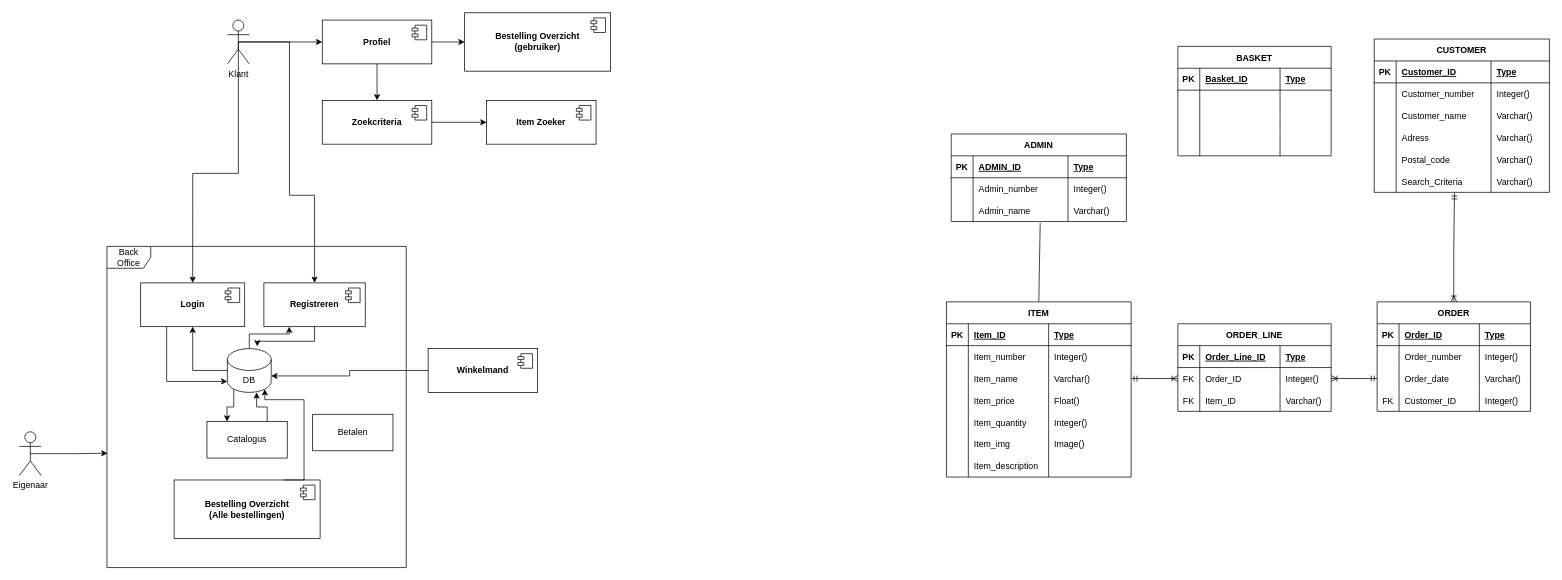
This is documents/Webshop ERD.drawio from Reillum/educom-webshop-runtime-records-1739178221, a draw.io file, before an edit. Source tidied: cells renumbered, new cells numbered last; positions are measured from the earlier drawing's top-left corner, leaving out a move shared by most shapes. Both pictures are drawn from the tidied source at 73%, with x=0, y=0 at pixel (19, 12).
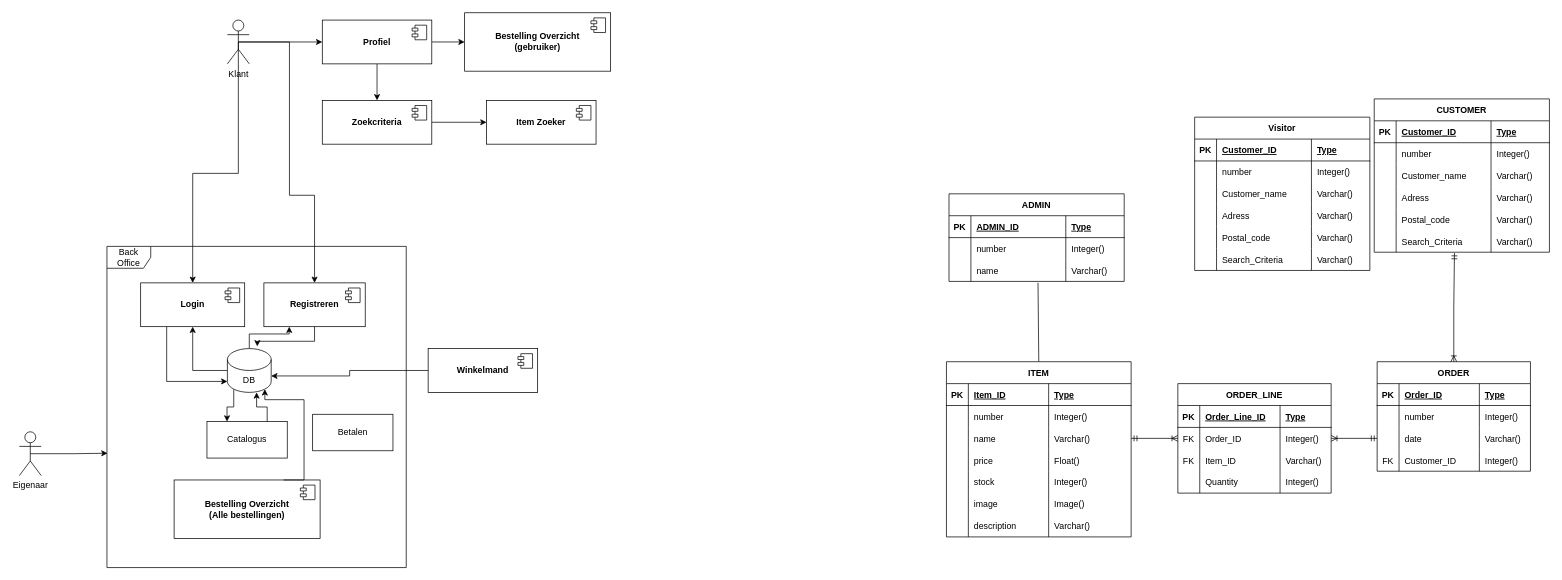
The same diagram, later.

Commit message:
Commit to keep stuff up-to-date

Unchanged cells that the change refers to:
```xml
<mxCell id="45" style="shape=tableRow;horizontal=0;startSize=0;swimlaneHead=0;swimlaneBody=0;fillColor=none;top=0;left=0;right=0;bottom=0;" parent="40" vertex="1">
  <mxGeometry y="60" width="253" height="30" as="geometry" />
</mxCell>
<mxCell id="49" style="shape=tableRow;horizontal=0;startSize=0;swimlaneHead=0;swimlaneBody=0;fillColor=none;points=[[0,0.5],[1,0.5]];portConstraint=eastwest;top=0;left=0;right=0;bottom=0;" parent="40" vertex="1">
  <mxGeometry y="90" width="253" height="30" as="geometry" />
</mxCell>
<mxCell id="53" style="shape=tableRow;horizontal=0;startSize=0;swimlaneHead=0;swimlaneBody=0;fillColor=none;top=0;left=0;right=0;bottom=0;" parent="40" vertex="1">
  <mxGeometry y="120" width="253" height="30" as="geometry" />
</mxCell>
<mxCell id="57" style="shape=tableRow;horizontal=0;startSize=0;swimlaneHead=0;swimlaneBody=0;fillColor=none;top=0;left=0;right=0;bottom=0;" parent="40" vertex="1">
  <mxGeometry y="150" width="253" height="30" as="geometry" />
</mxCell>
<mxCell id="61" style="shape=tableRow;horizontal=0;startSize=0;swimlaneHead=0;swimlaneBody=0;fillColor=none;top=0;left=0;right=0;bottom=0;" parent="40" vertex="1">
  <mxGeometry y="180" width="253" height="30" as="geometry" />
</mxCell>
<mxCell id="65" style="shape=tableRow;horizontal=0;startSize=0;swimlaneHead=0;swimlaneBody=0;fillColor=none;top=0;left=0;right=0;bottom=0;" parent="40" vertex="1">
  <mxGeometry y="210" width="253" height="30" as="geometry" />
</mxCell>
<mxCell id="87" style="shape=tableRow;horizontal=0;startSize=0;swimlaneHead=0;swimlaneBody=0;fillColor=none;top=0;left=0;right=0;bottom=0;" parent="82" vertex="1">
  <mxGeometry y="60" width="210" height="30" as="geometry" />
</mxCell>
<mxCell id="91" style="shape=tableRow;horizontal=0;startSize=0;swimlaneHead=0;swimlaneBody=0;fillColor=none;points=[[0,0.5],[1,0.5]];portConstraint=eastwest;top=0;left=0;right=0;bottom=0;" parent="82" vertex="1">
  <mxGeometry y="90" width="210" height="30" as="geometry" />
</mxCell>
<mxCell id="104" style="shape=tableRow;horizontal=0;startSize=0;swimlaneHead=0;swimlaneBody=0;fillColor=none;top=0;left=0;right=0;bottom=0;" parent="99" vertex="1">
  <mxGeometry y="60" width="240" height="30" as="geometry" />
</mxCell>
<mxCell id="132" style="shape=tableRow;horizontal=0;startSize=0;swimlaneHead=0;swimlaneBody=0;fillColor=none;top=0;left=0;right=0;bottom=0;" parent="127" vertex="1">
  <mxGeometry y="60" width="240" height="30" as="geometry" />
</mxCell>
<mxCell id="136" style="shape=tableRow;horizontal=0;startSize=0;swimlaneHead=0;swimlaneBody=0;fillColor=none;points=[[0,0.5],[1,0.5]];portConstraint=eastwest;top=0;left=0;right=0;bottom=0;" parent="127" vertex="1">
  <mxGeometry y="90" width="240" height="30" as="geometry" />
</mxCell>
```

Change to the diagram source:
```diff
@@
     <mxCell id="40" value="ITEM" style="shape=table;startSize=30;childLayout=tableLayout;rowLines=0;fontStyle=1;align=center;" parent="1" vertex="1">
-      <mxGeometry x="1270" y="396" width="253" height="240" as="geometry" />
+      <mxGeometry x="1270" y="478" width="253" height="240" as="geometry" />
     </mxCell>
@@
-    <mxCell id="47" value="Item_number " style="shape=partialRectangle;fillColor=none;top=0;left=0;bottom=0;right=0;align=left;spacingLeft=6;overflow=hidden;" parent="45" vertex="1">
+    <mxCell id="47" value="number" style="shape=partialRectangle;fillColor=none;top=0;left=0;bottom=0;right=0;align=left;spacingLeft=6;overflow=hidden;" parent="45" vertex="1">
       <mxGeometry x="30" width="110" height="30" as="geometry" />
     </mxCell>
@@
-    <mxCell id="51" value="Item_name" style="shape=partialRectangle;fillColor=none;top=0;left=0;bottom=0;right=0;align=left;spacingLeft=6;overflow=hidden;" parent="49" vertex="1">
+    <mxCell id="51" value="name" style="shape=partialRectangle;fillColor=none;top=0;left=0;bottom=0;right=0;align=left;spacingLeft=6;overflow=hidden;" parent="49" vertex="1">
       <mxGeometry x="30" width="110" height="30" as="geometry" />
     </mxCell>
@@
-    <mxCell id="55" value="Item_price" style="shape=partialRectangle;fillColor=none;top=0;left=0;bottom=0;right=0;align=left;spacingLeft=6;overflow=hidden;" parent="53" vertex="1">
+    <mxCell id="55" value="price" style="shape=partialRectangle;fillColor=none;top=0;left=0;bottom=0;right=0;align=left;spacingLeft=6;overflow=hidden;" parent="53" vertex="1">
       <mxGeometry x="30" width="110" height="30" as="geometry" />
     </mxCell>
@@
-    <mxCell id="59" value="Item_quantity" style="shape=partialRectangle;fillColor=none;top=0;left=0;bottom=0;right=0;align=left;spacingLeft=6;overflow=hidden;" parent="57" vertex="1">
+    <mxCell id="59" value="stock" style="shape=partialRectangle;fillColor=none;top=0;left=0;bottom=0;right=0;align=left;spacingLeft=6;overflow=hidden;" parent="57" vertex="1">
       <mxGeometry x="30" width="110" height="30" as="geometry" />
     </mxCell>
@@
-    <mxCell id="63" value="Item_img" style="shape=partialRectangle;fillColor=none;top=0;left=0;bottom=0;right=0;align=left;spacingLeft=6;overflow=hidden;" parent="61" vertex="1">
+    <mxCell id="63" value="image" style="shape=partialRectangle;fillColor=none;top=0;left=0;bottom=0;right=0;align=left;spacingLeft=6;overflow=hidden;" parent="61" vertex="1">
       <mxGeometry x="30" width="110" height="30" as="geometry" />
     </mxCell>
@@
-    <mxCell id="67" value="Item_description" style="shape=partialRectangle;fillColor=none;top=0;left=0;bottom=0;right=0;align=left;spacingLeft=6;overflow=hidden;" parent="65" vertex="1">
+    <mxCell id="67" value="description" style="shape=partialRectangle;fillColor=none;top=0;left=0;bottom=0;right=0;align=left;spacingLeft=6;overflow=hidden;" parent="65" vertex="1">
       <mxGeometry x="30" width="110" height="30" as="geometry" />
     </mxCell>
-    <mxCell id="68" style="shape=partialRectangle;fillColor=none;top=0;left=0;bottom=0;right=0;align=left;spacingLeft=6;overflow=hidden;" parent="65" vertex="1">
+    <mxCell id="68" value="Varchar()" style="shape=partialRectangle;fillColor=none;top=0;left=0;bottom=0;right=0;align=left;spacingLeft=6;overflow=hidden;" parent="65" vertex="1">
       <mxGeometry x="140" width="113" height="30" as="geometry" />
     </mxCell>
     <mxCell id="69" value="ORDER_LINE" style="shape=table;startSize=30;childLayout=tableLayout;rowLines=0;fontStyle=1;align=center;" parent="1" vertex="1">
-      <mxGeometry x="1587" y="426" width="210" height="120" as="geometry" />
+      <mxGeometry x="1587" y="508" width="210" height="150" as="geometry" />
     </mxCell>
@@
+    <mxCell id="153" style="shape=tableRow;horizontal=0;startSize=0;swimlaneHead=0;swimlaneBody=0;fillColor=none;top=0;left=0;right=0;bottom=0;" parent="69" vertex="1">
+      <mxGeometry y="120" width="210" height="30" as="geometry" />
+    </mxCell>
+    <mxCell id="157" style="shape=partialRectangle;fillColor=none;top=0;left=0;bottom=0;right=0;overflow=hidden;" parent="153" vertex="1">
+      <mxGeometry width="30" height="30" as="geometry" />
+    </mxCell>
+    <mxCell id="158" value="Quantity" style="shape=partialRectangle;fillColor=none;top=0;left=0;bottom=0;right=0;align=left;spacingLeft=6;overflow=hidden;" parent="153" vertex="1">
+      <mxGeometry x="30" width="110" height="30" as="geometry" />
+    </mxCell>
+    <mxCell id="159" value="Integer()" style="shape=partialRectangle;fillColor=none;top=0;left=0;bottom=0;right=0;align=left;spacingLeft=6;overflow=hidden;" parent="153" vertex="1">
+      <mxGeometry x="140" width="70" height="30" as="geometry" />
+    </mxCell>
     <mxCell id="82" value="ORDER" style="shape=table;startSize=30;childLayout=tableLayout;rowLines=0;fontStyle=1;align=center;" parent="1" vertex="1">
-      <mxGeometry x="1860" y="396" width="210" height="150" as="geometry" />
+      <mxGeometry x="1860" y="478" width="210" height="150" as="geometry" />
     </mxCell>
@@
-    <mxCell id="89" value="Order_number" style="shape=partialRectangle;fillColor=none;top=0;left=0;bottom=0;right=0;align=left;spacingLeft=6;overflow=hidden;" parent="87" vertex="1">
+    <mxCell id="89" value="number" style="shape=partialRectangle;fillColor=none;top=0;left=0;bottom=0;right=0;align=left;spacingLeft=6;overflow=hidden;" parent="87" vertex="1">
       <mxGeometry x="30" width="110" height="30" as="geometry" />
     </mxCell>
@@
-    <mxCell id="93" value="Order_date" style="shape=partialRectangle;fillColor=none;top=0;left=0;bottom=0;right=0;align=left;spacingLeft=6;overflow=hidden;" parent="91" vertex="1">
+    <mxCell id="93" value="date" style="shape=partialRectangle;fillColor=none;top=0;left=0;bottom=0;right=0;align=left;spacingLeft=6;overflow=hidden;" parent="91" vertex="1">
       <mxGeometry x="30" width="110" height="30" as="geometry" />
     </mxCell>
@@
     <mxCell id="99" value="CUSTOMER" style="shape=table;startSize=30;childLayout=tableLayout;rowLines=0;fontStyle=1;align=center;" parent="1" vertex="1">
-      <mxGeometry x="1856" y="36" width="240" height="210" as="geometry" />
+      <mxGeometry x="1856" y="118" width="240" height="210" as="geometry" />
     </mxCell>
@@
-    <mxCell id="106" value="Customer_number" style="shape=partialRectangle;fillColor=none;top=0;left=0;bottom=0;right=0;align=left;spacingLeft=6;overflow=hidden;" parent="104" vertex="1">
+    <mxCell id="106" value="number" style="shape=partialRectangle;fillColor=none;top=0;left=0;bottom=0;right=0;align=left;spacingLeft=6;overflow=hidden;" parent="104" vertex="1">
       <mxGeometry x="30" width="130" height="30" as="geometry" />
     </mxCell>
@@
     <mxCell id="127" value="ADMIN" style="shape=table;startSize=30;childLayout=tableLayout;rowLines=0;fontStyle=1;align=center;" parent="1" vertex="1">
-      <mxGeometry x="1276.5" y="166" width="240" height="120" as="geometry" />
+      <mxGeometry x="1273.5" y="248" width="240" height="120" as="geometry" />
     </mxCell>
@@
-    <mxCell id="134" value="Admin_number" style="shape=partialRectangle;fillColor=none;top=0;left=0;bottom=0;right=0;align=left;spacingLeft=6;overflow=hidden;" parent="132" vertex="1">
+    <mxCell id="134" value="number" style="shape=partialRectangle;fillColor=none;top=0;left=0;bottom=0;right=0;align=left;spacingLeft=6;overflow=hidden;" parent="132" vertex="1">
       <mxGeometry x="30" width="130" height="30" as="geometry" />
     </mxCell>
@@
-    <mxCell id="138" value="Admin_name" style="shape=partialRectangle;fillColor=none;top=0;left=0;bottom=0;right=0;align=left;spacingLeft=6;overflow=hidden;" parent="136" vertex="1">
+    <mxCell id="138" value="name" style="shape=partialRectangle;fillColor=none;top=0;left=0;bottom=0;right=0;align=left;spacingLeft=6;overflow=hidden;" parent="136" vertex="1">
       <mxGeometry x="30" width="130" height="30" as="geometry" />
     </mxCell>
@@
-    <mxCell id="140" value="BASKET" style="shape=table;startSize=30;childLayout=tableLayout;rowLines=0;fontStyle=1;align=center;" parent="1" vertex="1">
-      <mxGeometry x="1587" y="46" width="210" height="150" as="geometry" />
-    </mxCell>
-    <mxCell id="141" style="shape=tableRow;horizontal=0;startSize=0;swimlaneHead=0;swimlaneBody=0;fillColor=none;top=0;left=0;right=0;bottom=1;" parent="140" vertex="1">
-      <mxGeometry y="30" width="210" height="30" as="geometry" />
-    </mxCell>
+    <mxCell id="160" value="Visitor" style="shape=table;startSize=30;childLayout=tableLayout;rowLines=0;fontStyle=1;align=center;" parent="1" vertex="1">
+      <mxGeometry x="1610" y="143" width="240" height="210" as="geometry" />
+    </mxCell>
+    <mxCell id="161" style="shape=tableRow;horizontal=0;startSize=0;swimlaneHead=0;swimlaneBody=0;fillColor=none;top=0;left=0;right=0;bottom=1;" parent="160" vertex="1">
+      <mxGeometry y="30" width="240" height="30" as="geometry" />
+    </mxCell>
-    <mxCell id="142" value="PK" style="shape=partialRectangle;fillColor=none;top=0;left=0;bottom=0;right=0;fontStyle=1;overflow=hidden;" parent="141" vertex="1">
+    <mxCell id="142" value="PK" style="shape=partialRectangle;fillColor=none;top=0;left=0;bottom=0;right=0;fontStyle=1;overflow=hidden;" parent="161" vertex="1">
       <mxGeometry width="30" height="30" as="geometry" />
     </mxCell>
-    <mxCell id="143" value="Basket_ID" style="shape=partialRectangle;fillColor=none;top=0;left=0;bottom=0;right=0;align=left;spacingLeft=6;fontStyle=5;overflow=hidden;" parent="141" vertex="1">
-      <mxGeometry x="30" width="110" height="30" as="geometry" />
-    </mxCell>
+    <mxCell id="162" value="Customer_ID" style="shape=partialRectangle;fillColor=none;top=0;left=0;bottom=0;right=0;align=left;spacingLeft=6;fontStyle=5;overflow=hidden;" parent="161" vertex="1">
+      <mxGeometry x="30" width="130" height="30" as="geometry" />
+    </mxCell>
-    <mxCell id="144" value="Type" style="shape=partialRectangle;fillColor=none;top=0;left=0;bottom=0;right=0;align=left;spacingLeft=6;fontStyle=5;overflow=hidden;" parent="141" vertex="1">
-      <mxGeometry x="140" width="70" height="30" as="geometry" />
+    <mxCell id="144" value="Type" style="shape=partialRectangle;fillColor=none;top=0;left=0;bottom=0;right=0;align=left;spacingLeft=6;fontStyle=5;overflow=hidden;" parent="161" vertex="1">
+      <mxGeometry x="160" width="80" height="30" as="geometry" />
     </mxCell>
-    <mxCell id="145" style="shape=tableRow;horizontal=0;startSize=0;swimlaneHead=0;swimlaneBody=0;fillColor=none;top=0;left=0;right=0;bottom=0;" parent="140" vertex="1">
-      <mxGeometry y="60" width="210" height="30" as="geometry" />
-    </mxCell>
-    <mxCell id="146" style="shape=partialRectangle;fillColor=none;top=0;left=0;bottom=0;right=0;overflow=hidden;" parent="145" vertex="1">
-      <mxGeometry width="30" height="30" as="geometry" />
-    </mxCell>
-    <mxCell id="147" style="shape=partialRectangle;fillColor=none;top=0;left=0;bottom=0;right=0;align=left;spacingLeft=6;overflow=hidden;" parent="145" vertex="1">
-      <mxGeometry x="30" width="110" height="30" as="geometry" />
-    </mxCell>
-    <mxCell id="148" style="shape=partialRectangle;fillColor=none;top=0;left=0;bottom=0;right=0;align=left;spacingLeft=6;overflow=hidden;" parent="145" vertex="1">
-      <mxGeometry x="140" width="70" height="30" as="geometry" />
-    </mxCell>
-    <mxCell id="149" style="shape=tableRow;horizontal=0;startSize=0;swimlaneHead=0;swimlaneBody=0;fillColor=none;top=0;left=0;right=0;bottom=0;" parent="140" vertex="1">
-      <mxGeometry y="90" width="210" height="30" as="geometry" />
-    </mxCell>
-    <mxCell id="150" style="shape=partialRectangle;fillColor=none;top=0;left=0;bottom=0;right=0;overflow=hidden;" parent="149" vertex="1">
-      <mxGeometry width="30" height="30" as="geometry" />
-    </mxCell>
-    <mxCell id="151" style="shape=partialRectangle;fillColor=none;top=0;left=0;bottom=0;right=0;align=left;spacingLeft=6;overflow=hidden;" parent="149" vertex="1">
-      <mxGeometry x="30" width="110" height="30" as="geometry" />
-    </mxCell>
-    <mxCell id="152" style="shape=partialRectangle;fillColor=none;top=0;left=0;bottom=0;right=0;align=left;spacingLeft=6;overflow=hidden;" parent="149" vertex="1">
-      <mxGeometry x="140" width="70" height="30" as="geometry" />
-    </mxCell>
-    <mxCell id="153" style="shape=tableRow;horizontal=0;startSize=0;swimlaneHead=0;swimlaneBody=0;fillColor=none;top=0;left=0;right=0;bottom=0;" parent="140" vertex="1">
-      <mxGeometry y="120" width="210" height="30" as="geometry" />
-    </mxCell>
-    <mxCell id="154" style="shape=partialRectangle;fillColor=none;top=0;left=0;bottom=0;right=0;overflow=hidden;" parent="153" vertex="1">
-      <mxGeometry width="30" height="30" as="geometry" />
-    </mxCell>
-    <mxCell id="155" style="shape=partialRectangle;fillColor=none;top=0;left=0;bottom=0;right=0;align=left;spacingLeft=6;overflow=hidden;" parent="153" vertex="1">
-      <mxGeometry x="30" width="110" height="30" as="geometry" />
-    </mxCell>
-    <mxCell id="156" style="shape=partialRectangle;fillColor=none;top=0;left=0;bottom=0;right=0;align=left;spacingLeft=6;overflow=hidden;" parent="153" vertex="1">
-      <mxGeometry x="140" width="70" height="30" as="geometry" />
-    </mxCell>
+    <mxCell id="163" style="shape=tableRow;horizontal=0;startSize=0;swimlaneHead=0;swimlaneBody=0;fillColor=none;top=0;left=0;right=0;bottom=0;" parent="160" vertex="1">
+      <mxGeometry y="60" width="240" height="30" as="geometry" />
+    </mxCell>
+    <mxCell id="164" style="shape=partialRectangle;fillColor=none;top=0;left=0;bottom=0;right=0;overflow=hidden;" parent="163" vertex="1">
+      <mxGeometry width="30" height="30" as="geometry" />
+    </mxCell>
+    <mxCell id="165" value="number" style="shape=partialRectangle;fillColor=none;top=0;left=0;bottom=0;right=0;align=left;spacingLeft=6;overflow=hidden;" parent="163" vertex="1">
+      <mxGeometry x="30" width="130" height="30" as="geometry" />
+    </mxCell>
+    <mxCell id="166" value="Integer()" style="shape=partialRectangle;fillColor=none;top=0;left=0;bottom=0;right=0;align=left;spacingLeft=6;overflow=hidden;" parent="163" vertex="1">
+      <mxGeometry x="160" width="80" height="30" as="geometry" />
+    </mxCell>
+    <mxCell id="167" style="shape=tableRow;horizontal=0;startSize=0;swimlaneHead=0;swimlaneBody=0;fillColor=none;top=0;left=0;right=0;bottom=0;" parent="160" vertex="1">
+      <mxGeometry y="90" width="240" height="30" as="geometry" />
+    </mxCell>
+    <mxCell id="168" style="shape=partialRectangle;fillColor=none;top=0;left=0;bottom=0;right=0;overflow=hidden;" parent="167" vertex="1">
+      <mxGeometry width="30" height="30" as="geometry" />
+    </mxCell>
+    <mxCell id="169" value="Customer_name" style="shape=partialRectangle;fillColor=none;top=0;left=0;bottom=0;right=0;align=left;spacingLeft=6;overflow=hidden;" parent="167" vertex="1">
+      <mxGeometry x="30" width="130" height="30" as="geometry" />
+    </mxCell>
+    <mxCell id="170" value="Varchar()" style="shape=partialRectangle;fillColor=none;top=0;left=0;bottom=0;right=0;align=left;spacingLeft=6;overflow=hidden;" parent="167" vertex="1">
+      <mxGeometry x="160" width="80" height="30" as="geometry" />
+    </mxCell>
+    <mxCell id="171" style="shape=tableRow;horizontal=0;startSize=0;swimlaneHead=0;swimlaneBody=0;fillColor=none;top=0;left=0;right=0;bottom=0;" parent="160" vertex="1">
+      <mxGeometry y="120" width="240" height="30" as="geometry" />
+    </mxCell>
+    <mxCell id="172" style="shape=partialRectangle;fillColor=none;top=0;left=0;bottom=0;right=0;overflow=hidden;" parent="171" vertex="1">
+      <mxGeometry width="30" height="30" as="geometry" />
+    </mxCell>
+    <mxCell id="173" value="Adress" style="shape=partialRectangle;fillColor=none;top=0;left=0;bottom=0;right=0;align=left;spacingLeft=6;overflow=hidden;" parent="171" vertex="1">
+      <mxGeometry x="30" width="130" height="30" as="geometry" />
+    </mxCell>
+    <mxCell id="174" value="Varchar()" style="shape=partialRectangle;fillColor=none;top=0;left=0;bottom=0;right=0;align=left;spacingLeft=6;overflow=hidden;" parent="171" vertex="1">
+      <mxGeometry x="160" width="80" height="30" as="geometry" />
+    </mxCell>
+    <mxCell id="175" style="shape=tableRow;horizontal=0;startSize=0;swimlaneHead=0;swimlaneBody=0;fillColor=none;top=0;left=0;right=0;bottom=0;" parent="160" vertex="1">
+      <mxGeometry y="150" width="240" height="30" as="geometry" />
+    </mxCell>
+    <mxCell id="176" style="shape=partialRectangle;fillColor=none;top=0;left=0;bottom=0;right=0;overflow=hidden;" parent="175" vertex="1">
+      <mxGeometry width="30" height="30" as="geometry" />
+    </mxCell>
+    <mxCell id="177" value="Postal_code" style="shape=partialRectangle;fillColor=none;top=0;left=0;bottom=0;right=0;align=left;spacingLeft=6;overflow=hidden;" parent="175" vertex="1">
+      <mxGeometry x="30" width="130" height="30" as="geometry" />
+    </mxCell>
+    <mxCell id="178" value="Varchar()" style="shape=partialRectangle;fillColor=none;top=0;left=0;bottom=0;right=0;align=left;spacingLeft=6;overflow=hidden;" parent="175" vertex="1">
+      <mxGeometry x="160" width="80" height="30" as="geometry" />
+    </mxCell>
+    <mxCell id="179" style="shape=tableRow;horizontal=0;startSize=0;swimlaneHead=0;swimlaneBody=0;fillColor=none;top=0;left=0;right=0;bottom=0;" parent="160" vertex="1">
+      <mxGeometry y="180" width="240" height="30" as="geometry" />
+    </mxCell>
+    <mxCell id="180" style="shape=partialRectangle;fillColor=none;top=0;left=0;bottom=0;right=0;overflow=hidden;" parent="179" vertex="1">
+      <mxGeometry width="30" height="30" as="geometry" />
+    </mxCell>
+    <mxCell id="181" value="Search_Criteria" style="shape=partialRectangle;fillColor=none;top=0;left=0;bottom=0;right=0;align=left;spacingLeft=6;overflow=hidden;" parent="179" vertex="1">
+      <mxGeometry x="30" width="130" height="30" as="geometry" />
+    </mxCell>
+    <mxCell id="182" value="Varchar()" style="shape=partialRectangle;fillColor=none;top=0;left=0;bottom=0;right=0;align=left;spacingLeft=6;overflow=hidden;" parent="179" vertex="1">
+      <mxGeometry x="160" width="80" height="30" as="geometry" />
+    </mxCell>
```
